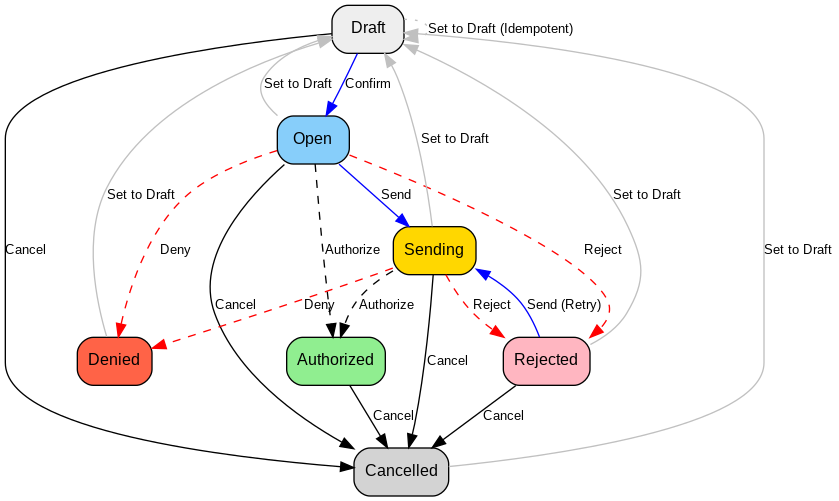
kmee/l10n-brazil keeps this Graphviz diagram as l10n_br_fiscal_edi/static/description/fsm_graph.png. Above is the earlier version. Its source is kept beside it as l10n_br_fiscal_edi/static/description/fsm_graph.dot. Its diagram source:
```dot
digraph FSM {
    rankdir=TB;
    node [shape=box, style="rounded,filled", fontname="Arial", fontsize=12];
    edge [fontname="Arial", fontsize=10];

    draft [fillcolor="#eeeeee", label="Draft"];
    open [fillcolor="#87cefa", label="Open"];
    sending [fillcolor="#ffd700", label="Sending"];
    authorized [fillcolor="#90ee90", label="Authorized"];
    rejected [fillcolor="#ffb6c1", label="Rejected"];
    denied [fillcolor="#ff6347", label="Denied"];
    cancel [fillcolor="#d3d3d3", label="Cancelled"];

    # Transitions
    draft -> open [label="Confirm", color="blue"];

    open -> sending [label="Send", color="blue"];
    rejected -> sending [label="Send (Retry)", color="blue"];

    sending -> authorized [label="Authorize", style="dashed"];
    open -> authorized [label="Authorize", style="dashed"];

    sending -> rejected [label="Reject", style="dashed", color="red"];
    open -> rejected [label="Reject", style="dashed", color="red"];

    sending -> denied [label="Deny", style="dashed", color="red"];
    open -> denied [label="Deny", style="dashed", color="red"];

    authorized -> cancel [label="Cancel", color="black"];
    open -> cancel [label="Cancel", color="black"];
    rejected -> cancel [label="Cancel", color="black"];
    draft -> cancel [label="Cancel", color="black"];
    sending -> cancel [label="Cancel", color="black"];

    open -> draft [label="Set to Draft", color="gray"];
    sending -> draft [label="Set to Draft", color="gray"];
    rejected -> draft [label="Set to Draft", color="gray"];
    cancel -> draft [label="Set to Draft", color="gray"];
    denied -> draft [label="Set to Draft", color="gray"];
    draft -> draft [label="Set to Draft (Idempotent)", style="dotted", color="gray"];
}
```
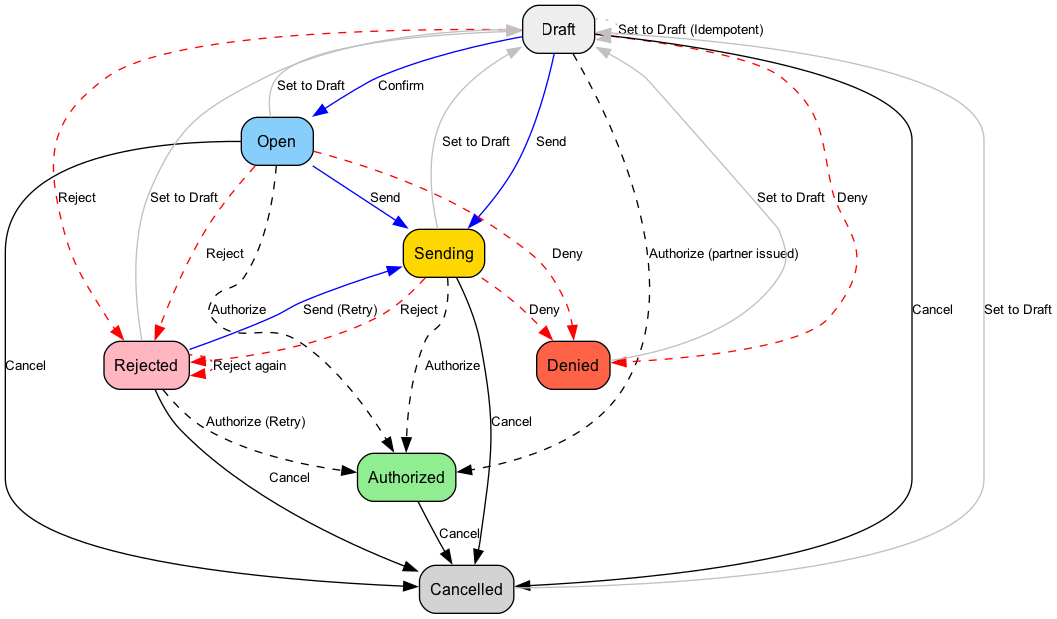
The same file after the commit.

Diff of the diagram source:
```diff
@@ -16,15 +16,21 @@
 
     open -> sending [label="Send", color="blue"];
     rejected -> sending [label="Send (Retry)", color="blue"];
+    draft -> sending [label="Send", color="blue"];
 
     sending -> authorized [label="Authorize", style="dashed"];
     open -> authorized [label="Authorize", style="dashed"];
+    rejected -> authorized [label="Authorize (Retry)", style="dashed"];
+    draft -> authorized [label="Authorize (partner issued)", style="dashed"];
 
     sending -> rejected [label="Reject", style="dashed", color="red"];
     open -> rejected [label="Reject", style="dashed", color="red"];
+    draft -> rejected [label="Reject", style="dashed", color="red"];
+    rejected -> rejected [label="Reject again", style="dotted", color="red"];
 
     sending -> denied [label="Deny", style="dashed", color="red"];
     open -> denied [label="Deny", style="dashed", color="red"];
+    draft -> denied [label="Deny", style="dashed", color="red"];
 
     authorized -> cancel [label="Cancel", color="black"];
     open -> cancel [label="Cancel", color="black"];
```
